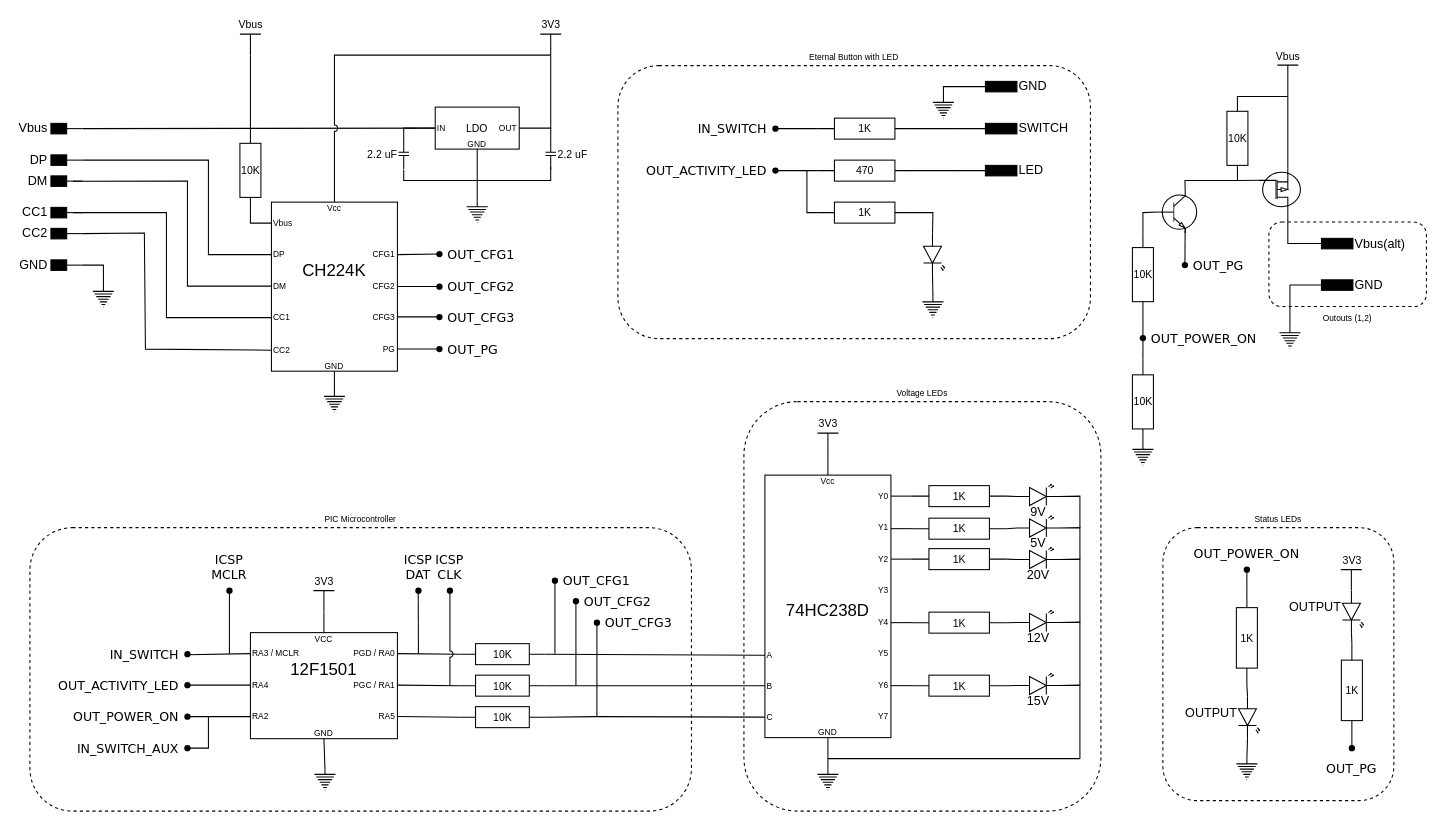
This is Hardware/Board/ResetBox [C].drawio from medo64/ResetBox, a draw.io file, before an edit. Source tidied: cells renumbered, new cells numbered last; positions are measured from the earlier drawing's top-left corner, leaving out a move shared by most shapes. Both pictures are drawn from the tidied source at 105%, with x=0, y=0 at pixel (29, 34).
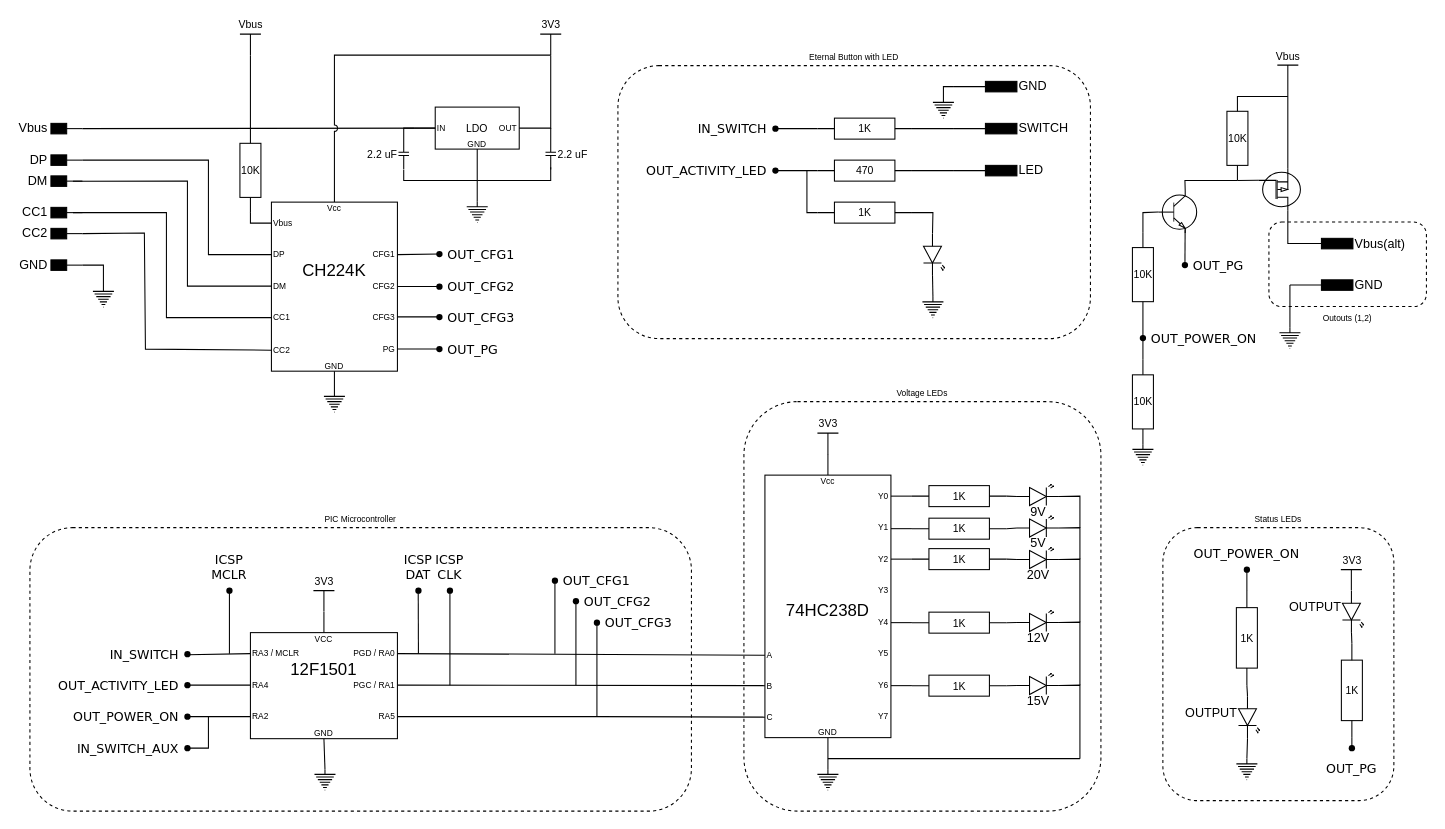
After the change.

Unchanged cells that the change refers to:
```xml
<mxCell id="132" value="B" style="text;html=1;strokeColor=none;fillColor=none;align=left;verticalAlign=middle;whiteSpace=wrap;rounded=0;fontSize=8;" parent="125" vertex="1">
  <mxGeometry y="190.5" width="30" height="20" as="geometry" />
</mxCell>
<mxCell id="133" value="C" style="text;html=1;strokeColor=none;fillColor=none;align=left;verticalAlign=middle;whiteSpace=wrap;rounded=0;fontSize=8;" parent="125" vertex="1">
  <mxGeometry y="220.5" width="30" height="20" as="geometry" />
</mxCell>
<mxCell id="137" value="A" style="text;html=1;strokeColor=none;fillColor=none;align=left;verticalAlign=middle;whiteSpace=wrap;rounded=0;fontSize=8;" parent="125" vertex="1">
  <mxGeometry y="161.5" width="30" height="20" as="geometry" />
</mxCell>
<mxCell id="200" value="PGD / RA0" style="text;html=1;strokeColor=none;fillColor=none;align=right;verticalAlign=middle;whiteSpace=wrap;rounded=0;fontSize=8;" parent="1" vertex="1">
  <mxGeometry x="300" y="580" width="50" height="20" as="geometry" />
</mxCell>
<mxCell id="201" value="PGC / RA1" style="text;html=1;strokeColor=none;fillColor=none;align=right;verticalAlign=middle;whiteSpace=wrap;rounded=0;fontSize=8;" parent="1" vertex="1">
  <mxGeometry x="300" y="610" width="50" height="20" as="geometry" />
</mxCell>
<mxCell id="205" value="RA5" style="text;html=1;strokeColor=none;fillColor=none;align=right;verticalAlign=middle;whiteSpace=wrap;rounded=0;fontSize=8;labelPosition=center;verticalLabelPosition=middle;" parent="1" vertex="1">
  <mxGeometry x="320" y="640" width="30" height="20" as="geometry" />
</mxCell>
```

Change to the diagram source:
```diff
@@
-    <mxCell id="33" style="edgeStyle=none;rounded=0;jettySize=auto;html=1;fontSize=10;endArrow=none;endFill=0;entryX=1;entryY=0.5;entryDx=0;entryDy=0;exitX=0.563;exitY=0.485;exitDx=0;exitDy=0;exitPerimeter=0;entryPerimeter=0;" parent="1" edge="1" target="96">
-      <mxGeometry relative="1" as="geometry">
-        <mxPoint x="350" y="649.9" as="sourcePoint" />
-      </mxGeometry>
-    </mxCell>
@@
-    <mxCell id="92" value="10K" style="verticalLabelPosition=middle;shadow=0;dashed=0;align=center;html=1;verticalAlign=middle;shape=mxgraph.electrical.resistors.resistor_1;fontSize=10;labelPosition=center;direction=west;" parent="1" vertex="1">
-      <mxGeometry x="410" y="580.5" width="80" height="20" as="geometry" />
-    </mxCell>
-    <mxCell id="93" style="edgeStyle=none;rounded=0;jettySize=auto;html=1;fontSize=10;endArrow=none;endFill=0;entryX=1;entryY=0.5;entryDx=0;entryDy=0;exitX=1;exitY=0.5;exitDx=0;exitDy=0;entryPerimeter=0;" parent="1" edge="1" source="200" target="92">
-      <mxGeometry relative="1" as="geometry" />
-    </mxCell>
@@
-    <mxCell id="95" value="10K" style="verticalLabelPosition=middle;shadow=0;dashed=0;align=center;html=1;verticalAlign=middle;shape=mxgraph.electrical.resistors.resistor_1;fontSize=10;labelPosition=center;direction=west;" parent="1" vertex="1">
-      <mxGeometry x="410" y="610.5" width="80" height="20" as="geometry" />
-    </mxCell>
-    <mxCell id="96" value="10K" style="verticalLabelPosition=middle;shadow=0;dashed=0;align=center;html=1;verticalAlign=middle;shape=mxgraph.electrical.resistors.resistor_1;fontSize=10;labelPosition=center;direction=west;" parent="1" vertex="1">
-      <mxGeometry x="410" y="640.5" width="80" height="20" as="geometry" />
-    </mxCell>
-    <mxCell id="97" style="edgeStyle=none;rounded=0;jettySize=auto;html=1;fontSize=10;endArrow=none;endFill=0;entryX=1;entryY=0.5;entryDx=0;entryDy=0;exitX=1;exitY=0.5;exitDx=0;exitDy=0;exitPerimeter=0;" parent="1" edge="1" source="95" target="201">
-      <mxGeometry relative="1" as="geometry" />
-    </mxCell>
@@
-    <mxCell id="99" style="edgeStyle=none;rounded=0;jettySize=auto;html=1;fontSize=10;endArrow=none;endFill=0;entryX=0;entryY=0.5;entryDx=0;entryDy=0;entryPerimeter=0;exitX=0;exitY=0.5;exitDx=0;exitDy=0;" parent="1" edge="1" source="133" target="96">
+    <mxCell id="99" style="edgeStyle=none;rounded=0;jettySize=auto;html=1;fontSize=10;endArrow=none;endFill=0;entryX=1;entryY=0.5;entryDx=0;entryDy=0;exitX=0;exitY=0.5;exitDx=0;exitDy=0;" parent="1" edge="1" source="133" target="205">
       <mxGeometry relative="1" as="geometry">
         <Array as="points">
           <mxPoint x="540" y="650" />
         </Array>
       </mxGeometry>
     </mxCell>
@@
-    <mxCell id="111" style="edgeStyle=none;rounded=0;jettySize=auto;html=1;fontSize=10;endArrow=none;endFill=0;entryX=0;entryY=0.5;entryDx=0;entryDy=0;exitX=0;exitY=0.5;exitDx=0;exitDy=0;exitPerimeter=0;" parent="1" edge="1" source="95" target="132">
+    <mxCell id="111" style="edgeStyle=none;rounded=0;jettySize=auto;html=1;fontSize=10;endArrow=none;endFill=0;entryX=0;entryY=0.5;entryDx=0;entryDy=0;exitX=1;exitY=0.5;exitDx=0;exitDy=0;" parent="1" edge="1" source="201" target="132">
       <mxGeometry relative="1" as="geometry" />
     </mxCell>
-    <mxCell id="112" style="edgeStyle=none;rounded=0;jettySize=auto;html=1;fontSize=10;endArrow=none;endFill=0;entryX=0;entryY=0.5;entryDx=0;entryDy=0;exitX=0;exitY=0.5;exitDx=0;exitDy=0;exitPerimeter=0;" parent="1" edge="1" source="92" target="137">
+    <mxCell id="112" style="edgeStyle=none;rounded=0;jettySize=auto;html=1;fontSize=10;endArrow=none;endFill=0;entryX=0;entryY=0.5;entryDx=0;entryDy=0;exitX=1;exitY=0.5;exitDx=0;exitDy=0;" parent="1" edge="1" source="200" target="137">
       <mxGeometry relative="1" as="geometry" />
     </mxCell>
```
